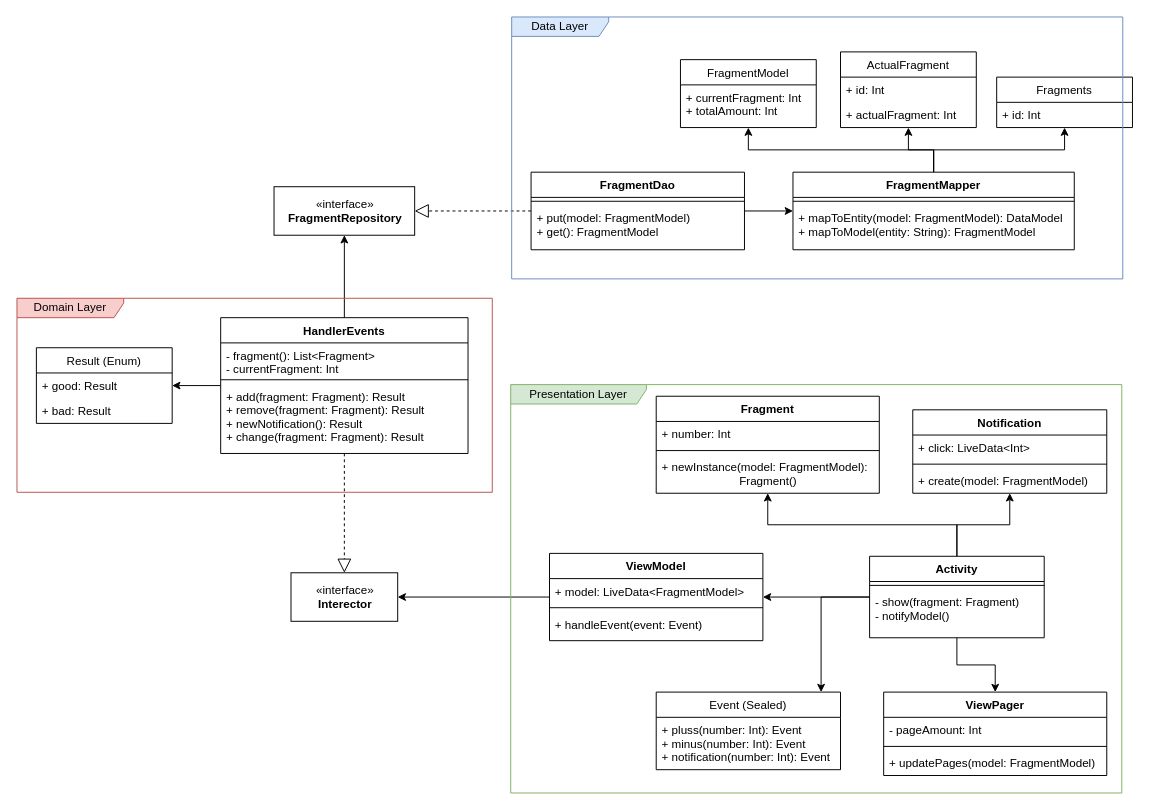
Earlier version of the draw.io diagram swiper.drawio (trilko/swiper). Source tidied: cells renumbered, new cells numbered last; positions are measured from the earlier drawing's top-left corner, leaving out a move shared by most shapes. Both pictures are drawn from the tidied source at 97%, with x=0, y=0 at pixel (16, 16).
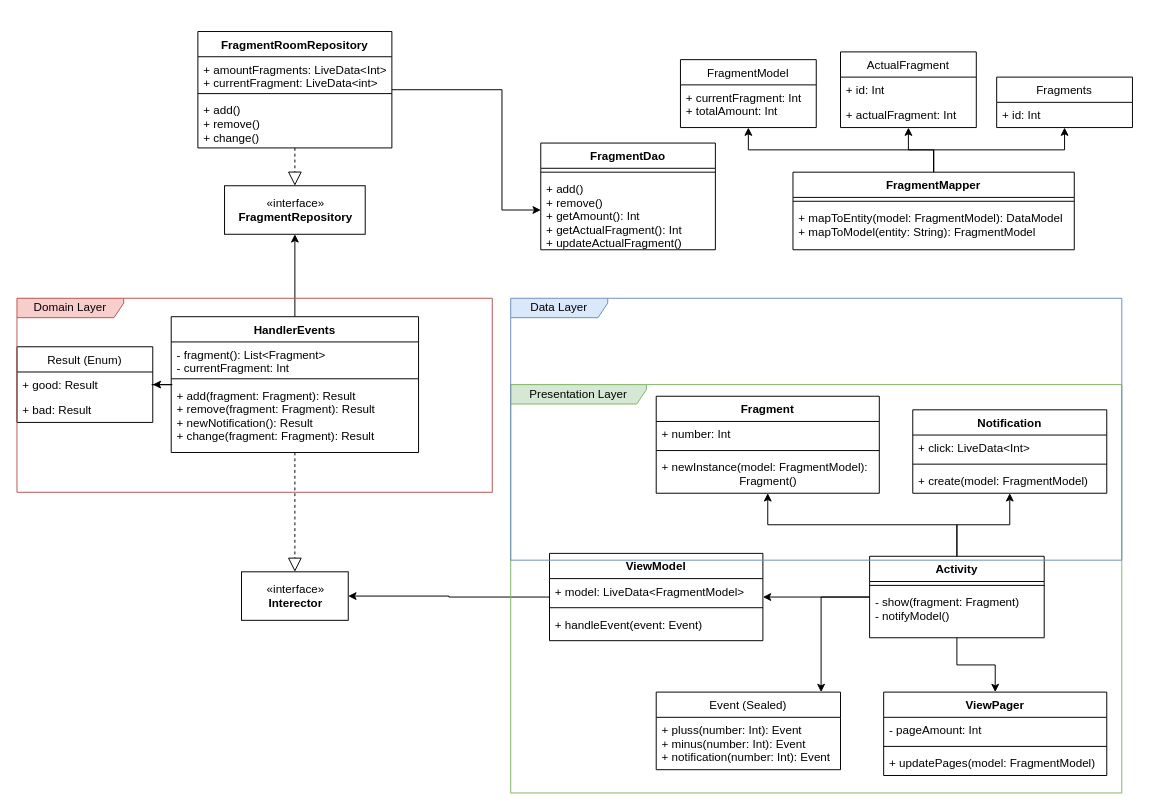
The same page after the edit.

The change refers to these unchanged cells:
```xml
<mxCell id="29" value="FragmentMapper" style="swimlane;fontStyle=1;align=center;verticalAlign=top;horizontal=1;startSize=26;" parent="1" vertex="1">
  <mxGeometry x="800" y="160" width="290" height="80" as="geometry" />
</mxCell>
```

The edit, as a diff of the source:
```diff
@@
     <mxCell id="4" value="HandlerEvents" style="swimlane;fontStyle=1;align=center;verticalAlign=top;horizontal=1;startSize=26;" parent="1" vertex="1">
-      <mxGeometry x="210" y="310" width="255" height="140" as="geometry" />
+      <mxGeometry x="159" y="309" width="255" height="140" as="geometry" />
     </mxCell>
@@
-    <mxCell id="13" style="edgeStyle=orthogonalEdgeStyle;rounded=0;jettySize=auto;html=1;" parent="1" edge="1" source="14" target="29">
-      <mxGeometry relative="1" as="geometry" />
-    </mxCell>
-    <mxCell id="14" value="FragmentDao" style="swimlane;fontStyle=1;align=center;verticalAlign=top;horizontal=1;startSize=26;" parent="1" vertex="1">
-      <mxGeometry x="530" y="160" width="220" height="80" as="geometry" />
-    </mxCell>
-    <mxCell id="15" style="line;strokeWidth=1;fillColor=none;align=left;verticalAlign=middle;spacingTop=-1;spacingLeft=3;spacingRight=3;labelPosition=right;" parent="14" vertex="1">
-      <mxGeometry y="26" width="220" height="8" as="geometry" />
-    </mxCell>
-    <mxCell id="16" value="+ put(model: FragmentModel)&#10;+ get(): FragmentModel" style="text;strokeColor=none;fillColor=none;align=left;verticalAlign=top;spacingLeft=4;spacingRight=4;overflow=hidden;" parent="14" vertex="1">
-      <mxGeometry y="34" width="220" height="46" as="geometry" />
-    </mxCell>
     <mxCell id="17" value="«interface»&lt;br&gt;&lt;b&gt;FragmentRepository&lt;/b&gt;" style="html=1;" parent="1" vertex="1">
-      <mxGeometry x="265" y="175" width="145" height="50" as="geometry" />
+      <mxGeometry x="214" y="174" width="145" height="50" as="geometry" />
     </mxCell>
@@
     <mxCell id="49" value="«interface»&lt;br&gt;&lt;b&gt;Interector&lt;/b&gt;" style="html=1;fillColor=#ffffff;" parent="1" vertex="1">
-      <mxGeometry x="282.5" y="573" width="110" height="50" as="geometry" />
+      <mxGeometry x="231.5" y="572" width="110" height="50" as="geometry" />
     </mxCell>
-    <mxCell id="50" style="endArrow=block;dashed=1;endFill=0;endSize=12;html=1;" parent="1" edge="1" source="14" target="17">
+    <mxCell id="50" style="endArrow=block;dashed=1;endFill=0;endSize=12;html=1;" parent="1" edge="1" source="65" target="17">
       <mxGeometry relative="1" as="geometry" />
     </mxCell>
     <mxCell id="51" value="Result (Enum)" style="swimlane;fontStyle=0;horizontal=1;startSize=26;fillColor=none;" parent="1" vertex="1">
-      <mxGeometry x="20" y="341" width="140" height="78" as="geometry" />
+      <mxGeometry y="340" width="140" height="78" as="geometry" />
     </mxCell>
@@
-    <mxCell id="55" value="Domain Layer" style="shape=umlFrame;whiteSpace=wrap;html=1;fillColor=#f8cecc;width=110;height=20;strokeColor=#b85450;" parent="1" vertex="1">
-      <mxGeometry y="290" width="490" height="200" as="geometry" />
-    </mxCell>
@@
+    <mxCell id="55" value="Domain Layer" style="shape=umlFrame;whiteSpace=wrap;html=1;fillColor=#f8cecc;width=110;height=20;strokeColor=#b85450;" parent="1" vertex="1">
+      <mxGeometry y="290" width="490" height="200" as="geometry" />
+    </mxCell>
     <mxCell id="61" value="Data Layer" style="shape=umlFrame;whiteSpace=wrap;html=1;width=100;height=20;fillColor=#dae8fc;strokeColor=#6c8ebf;" parent="1" vertex="1">
-      <mxGeometry x="510" width="630" height="270" as="geometry" />
+      <mxGeometry x="509" y="290" width="630" height="270" as="geometry" />
     </mxCell>
+    <mxCell id="14" value="FragmentDao" style="swimlane;fontStyle=1;align=center;verticalAlign=top;horizontal=1;startSize=26;fillColor=#ffffff;" parent="1" vertex="1">
+      <mxGeometry x="540" y="130" width="180" height="110" as="geometry" />
+    </mxCell>
+    <mxCell id="62" style="line;strokeWidth=1;fillColor=none;align=left;verticalAlign=middle;spacingTop=-1;spacingLeft=3;spacingRight=3;labelPosition=right;" parent="14" vertex="1">
+      <mxGeometry y="26" width="180" height="8" as="geometry" />
+    </mxCell>
+    <mxCell id="63" value="+ add()&#10;+ remove() &#10;+ getAmount(): Int&#10;+ getActualFragment(): Int&#10;+ updateActualFragment()" style="text;strokeColor=none;fillColor=none;align=left;verticalAlign=top;spacingLeft=4;spacingRight=4;overflow=hidden;" parent="14" vertex="1">
+      <mxGeometry y="34" width="180" height="76" as="geometry" />
+    </mxCell>
+    <mxCell id="64" style="edgeStyle=orthogonalEdgeStyle;rounded=0;jettySize=auto;html=1;endArrow=classic;endFill=1;" parent="1" edge="1" source="65" target="14">
+      <mxGeometry relative="1" as="geometry">
+        <Array as="points">
+          <mxPoint x="500" y="75" />
+          <mxPoint x="500" y="199" />
+        </Array>
+      </mxGeometry>
+    </mxCell>
+    <mxCell id="65" value="FragmentRoomRepository" style="swimlane;fontStyle=1;align=center;verticalAlign=top;horizontal=1;startSize=26;fillColor=#ffffff;" parent="1" vertex="1">
+      <mxGeometry x="186.5" y="15" width="200" height="120" as="geometry" />
+    </mxCell>
+    <mxCell id="66" value="+ amountFragments: LiveData&lt;Int&gt;&#10;+ currentFragment: LiveData&lt;int&gt;" style="text;strokeColor=none;fillColor=none;align=left;verticalAlign=top;spacingLeft=4;spacingRight=4;overflow=hidden;" parent="65" vertex="1">
+      <mxGeometry y="26" width="200" height="34" as="geometry" />
+    </mxCell>
+    <mxCell id="67" style="line;strokeWidth=1;fillColor=none;align=left;verticalAlign=middle;spacingTop=-1;spacingLeft=3;spacingRight=3;labelPosition=right;" parent="65" vertex="1">
+      <mxGeometry y="60" width="200" height="8" as="geometry" />
+    </mxCell>
+    <mxCell id="68" value="+ add()&#10;+ remove()&#10;+ change()" style="text;strokeColor=none;fillColor=none;align=left;verticalAlign=top;spacingLeft=4;spacingRight=4;overflow=hidden;" parent="65" vertex="1">
+      <mxGeometry y="68" width="200" height="52" as="geometry" />
+    </mxCell>
```
